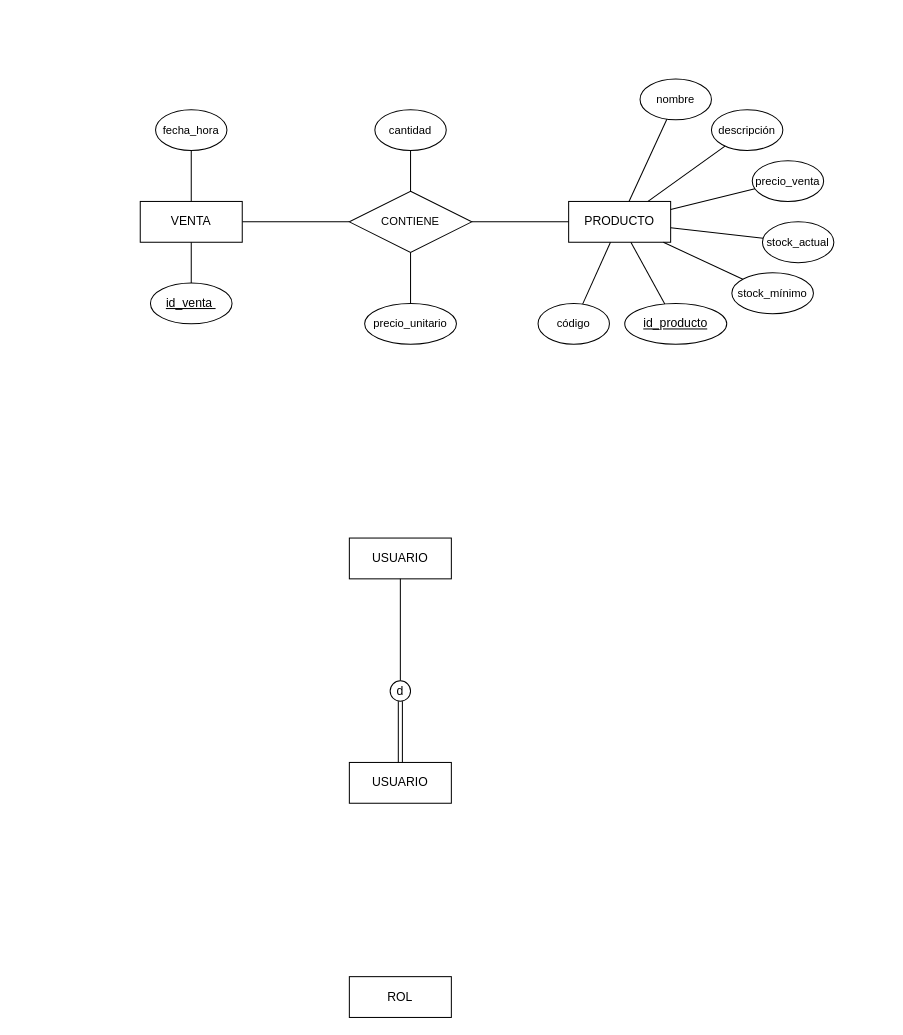
Above: MER.drawio in Gabriel1610/Libreria (draw.io), before the change. Source tidied: cells renumbered, new cells numbered last; positions are measured from the earlier drawing's top-left corner, leaving out a move shared by most shapes. Both pictures are drawn from the tidied source at 102%, with x=0, y=0 at pixel (140, 79).
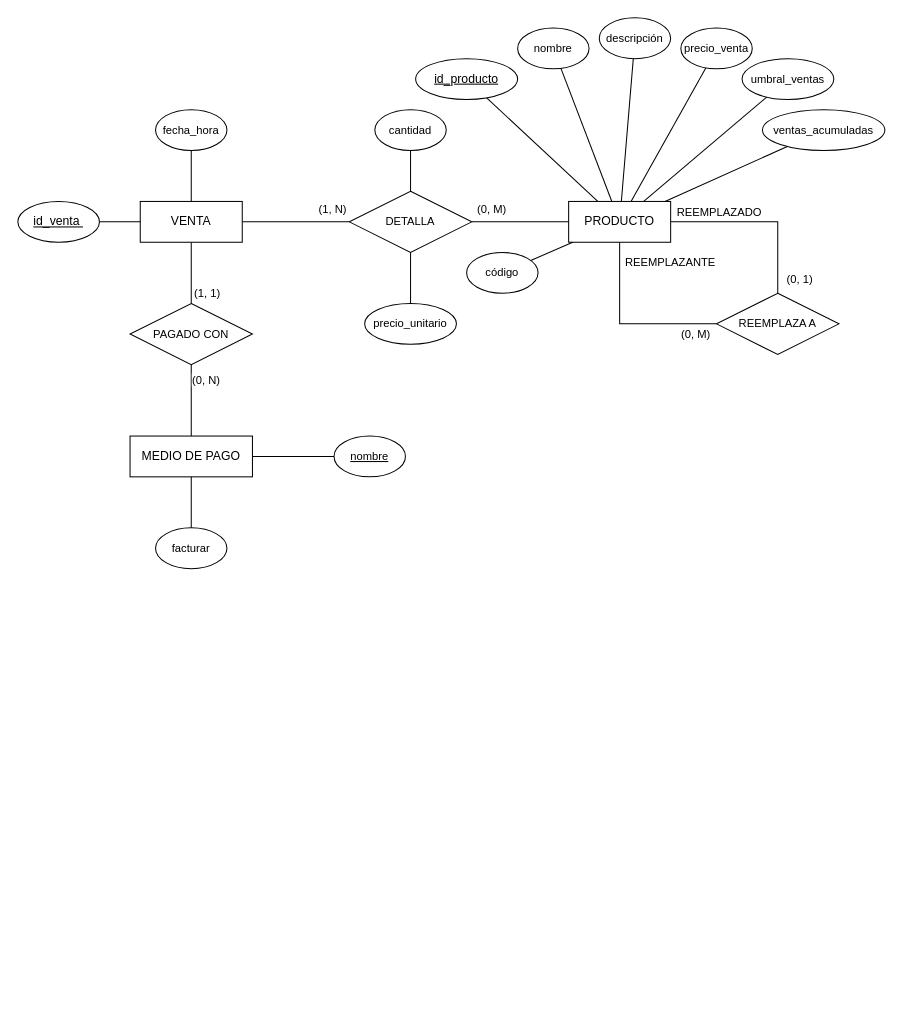
Above is the later version.

Unchanged cells that the change refers to:
```xml
<mxCell id="2" value="PRODUCTO" style="whiteSpace=wrap;html=1;align=center;" parent="1" vertex="1">
  <mxGeometry x="420" y="120" width="100" height="40" as="geometry" />
</mxCell>
<mxCell id="18" value="VENTA" style="whiteSpace=wrap;html=1;align=center;" parent="1" vertex="1">
  <mxGeometry y="120" width="100" height="40" as="geometry" />
</mxCell>
```

Diff of the diagram source:
```diff
@@
+    <mxCell id="35" style="edgeStyle=orthogonalEdgeStyle;rounded=0;jettySize=auto;html=1;endArrow=none;endFill=0;" parent="1" edge="1" source="2" target="49">
+      <mxGeometry relative="1" as="geometry" />
+    </mxCell>
@@
     <mxCell id="4" value="id_producto" style="ellipse;whiteSpace=wrap;html=1;align=center;fontStyle=4;" parent="1" vertex="1">
-      <mxGeometry x="475" y="220" width="100" height="40" as="geometry" />
+      <mxGeometry x="270" y="-20" width="100" height="40" as="geometry" />
     </mxCell>
@@
     <mxCell id="6" value="código" style="ellipse;whiteSpace=wrap;html=1;align=center;fontFamily=Helvetica;fontSize=11;fontColor=default;labelBackgroundColor=default;" parent="1" vertex="1">
-      <mxGeometry x="390" y="220" width="70" height="40" as="geometry" />
+      <mxGeometry x="320" y="170" width="70" height="40" as="geometry" />
     </mxCell>
@@
     <mxCell id="8" value="nombre" style="ellipse;whiteSpace=wrap;html=1;align=center;fontFamily=Helvetica;fontSize=11;fontColor=default;labelBackgroundColor=default;" parent="1" vertex="1">
-      <mxGeometry x="490" width="70" height="40" as="geometry" />
+      <mxGeometry x="370" y="-50" width="70" height="40" as="geometry" />
     </mxCell>
@@
     <mxCell id="10" value="descripción" style="ellipse;whiteSpace=wrap;html=1;align=center;fontFamily=Helvetica;fontSize=11;fontColor=default;labelBackgroundColor=default;" parent="1" vertex="1">
-      <mxGeometry x="560" y="30" width="70" height="40" as="geometry" />
+      <mxGeometry x="450" y="-60" width="70" height="40" as="geometry" />
     </mxCell>
@@
     <mxCell id="12" value="precio_venta" style="ellipse;whiteSpace=wrap;html=1;align=center;fontFamily=Helvetica;fontSize=11;fontColor=default;labelBackgroundColor=default;" parent="1" vertex="1">
-      <mxGeometry x="600" y="80" width="70" height="40" as="geometry" />
+      <mxGeometry x="530" y="-50" width="70" height="40" as="geometry" />
     </mxCell>
@@
-    <mxCell id="14" value="stock_actual" style="ellipse;whiteSpace=wrap;html=1;align=center;fontFamily=Helvetica;fontSize=11;fontColor=default;labelBackgroundColor=default;" parent="1" vertex="1">
-      <mxGeometry x="610" y="140" width="70" height="40" as="geometry" />
+    <mxCell id="14" value="umbral_ventas" style="ellipse;whiteSpace=wrap;html=1;align=center;fontFamily=Helvetica;fontSize=11;fontColor=default;labelBackgroundColor=default;" parent="1" vertex="1">
+      <mxGeometry x="590" y="-20" width="90" height="40" as="geometry" />
     </mxCell>
@@
-    <mxCell id="16" value="stock_mínimo" style="ellipse;whiteSpace=wrap;html=1;align=center;fontFamily=Helvetica;fontSize=11;fontColor=default;labelBackgroundColor=default;" parent="1" vertex="1">
-      <mxGeometry x="580" y="190" width="80" height="40" as="geometry" />
+    <mxCell id="16" value="ventas_acumuladas" style="ellipse;whiteSpace=wrap;html=1;align=center;fontFamily=Helvetica;fontSize=11;fontColor=default;labelBackgroundColor=default;" parent="1" vertex="1">
+      <mxGeometry x="610" y="30" width="120" height="40" as="geometry" />
     </mxCell>
@@
+    <mxCell id="36" style="rounded=0;jettySize=auto;html=1;endArrow=none;endFill=0;" parent="1" edge="1" source="18" target="39">
+      <mxGeometry relative="1" as="geometry" />
+    </mxCell>
@@
     <mxCell id="20" value="&lt;span class=&quot;fontstyle0&quot;&gt;id_venta&amp;nbsp;&lt;/span&gt;" style="ellipse;whiteSpace=wrap;html=1;align=center;fontStyle=4;" parent="1" vertex="1">
-      <mxGeometry x="10" y="200" width="80" height="40" as="geometry" />
+      <mxGeometry x="-120" y="120" width="80" height="40" as="geometry" />
     </mxCell>
@@
-    <mxCell id="23" value="CONTIENE" style="shape=rhombus;perimeter=rhombusPerimeter;whiteSpace=wrap;html=1;align=center;fontFamily=Helvetica;fontSize=11;fontColor=default;labelBackgroundColor=default;" parent="1" vertex="1">
+    <mxCell id="23" value="DETALLA" style="shape=rhombus;perimeter=rhombusPerimeter;whiteSpace=wrap;html=1;align=center;fontFamily=Helvetica;fontSize=11;fontColor=default;labelBackgroundColor=default;" parent="1" vertex="1">
       <mxGeometry x="205" y="110" width="120" height="60" as="geometry" />
     </mxCell>
@@
-    <mxCell id="29" value="ROL" style="whiteSpace=wrap;html=1;align=center;" parent="1" vertex="1">
-      <mxGeometry x="205" y="880" width="100" height="40" as="geometry" />
-    </mxCell>
-    <mxCell id="30" value="USUARIO" style="whiteSpace=wrap;html=1;align=center;" parent="1" vertex="1">
-      <mxGeometry x="205" y="670" width="100" height="40" as="geometry" />
-    </mxCell>
-    <mxCell id="31" value="USUARIO" style="whiteSpace=wrap;html=1;align=center;" parent="1" vertex="1">
-      <mxGeometry x="205" y="450" width="100" height="40" as="geometry" />
-    </mxCell>
-    <mxCell id="32" style="rounded=0;jettySize=auto;html=1;endArrow=none;endFill=0;" parent="1" edge="1" source="34" target="31">
-      <mxGeometry relative="1" as="geometry" />
-    </mxCell>
-    <mxCell id="33" style="edgeStyle=orthogonalEdgeStyle;rounded=0;jettySize=auto;html=1;shape=link;" parent="1" edge="1" source="34" target="30">
-      <mxGeometry relative="1" as="geometry" />
-    </mxCell>
-    <mxCell id="34" value="d" style="ellipse;whiteSpace=wrap;html=1;" parent="1" vertex="1">
-      <mxGeometry x="245" y="590" width="20" height="20" as="geometry" />
-    </mxCell>
+    <mxCell id="37" value="MEDIO DE PAGO" style="whiteSpace=wrap;html=1;align=center;" parent="1" vertex="1">
+      <mxGeometry x="-10" y="350" width="120" height="40" as="geometry" />
+    </mxCell>
+    <mxCell id="38" style="rounded=0;jettySize=auto;html=1;endArrow=none;endFill=0;" parent="1" edge="1" source="39" target="37">
+      <mxGeometry relative="1" as="geometry" />
+    </mxCell>
+    <mxCell id="39" value="PAGADO CON" style="shape=rhombus;perimeter=rhombusPerimeter;whiteSpace=wrap;html=1;align=center;fontFamily=Helvetica;fontSize=11;fontColor=default;labelBackgroundColor=default;" parent="1" vertex="1">
+      <mxGeometry x="-10" y="220" width="120" height="60" as="geometry" />
+    </mxCell>
+    <mxCell id="40" style="edgeStyle=none;shape=connector;rounded=0;jettySize=auto;html=1;strokeColor=default;align=center;verticalAlign=middle;fontFamily=Helvetica;fontSize=11;fontColor=default;labelBackgroundColor=default;endArrow=none;endFill=0;" parent="1" edge="1" source="41" target="37">
+      <mxGeometry relative="1" as="geometry" />
+    </mxCell>
+    <mxCell id="41" value="&lt;u&gt;nombre&lt;/u&gt;" style="ellipse;whiteSpace=wrap;html=1;align=center;fontFamily=Helvetica;fontSize=11;fontColor=default;labelBackgroundColor=default;" parent="1" vertex="1">
+      <mxGeometry x="190" y="350" width="70" height="40" as="geometry" />
+    </mxCell>
+    <mxCell id="42" value="(0, N)" style="text;html=1;whiteSpace=wrap;strokeColor=none;fillColor=none;align=center;verticalAlign=middle;rounded=0;fontFamily=Helvetica;fontSize=11;fontColor=default;labelBackgroundColor=default;" parent="1" vertex="1">
+      <mxGeometry x="40" y="280" width="50" height="30" as="geometry" />
+    </mxCell>
+    <mxCell id="43" value="(1, 1)" style="text;html=1;whiteSpace=wrap;strokeColor=none;fillColor=none;align=center;verticalAlign=middle;rounded=0;fontFamily=Helvetica;fontSize=11;fontColor=default;labelBackgroundColor=default;" parent="1" vertex="1">
+      <mxGeometry x="41" y="195" width="50" height="30" as="geometry" />
+    </mxCell>
+    <mxCell id="44" value="(1, N)" style="text;html=1;whiteSpace=wrap;strokeColor=none;fillColor=none;align=center;verticalAlign=middle;rounded=0;fontFamily=Helvetica;fontSize=11;fontColor=default;labelBackgroundColor=default;" parent="1" vertex="1">
+      <mxGeometry x="164" y="113" width="50" height="30" as="geometry" />
+    </mxCell>
+    <mxCell id="45" value="(0, M)" style="text;html=1;whiteSpace=wrap;strokeColor=none;fillColor=none;align=center;verticalAlign=middle;rounded=0;fontFamily=Helvetica;fontSize=11;fontColor=default;labelBackgroundColor=default;" parent="1" vertex="1">
+      <mxGeometry x="320" y="113" width="50" height="30" as="geometry" />
+    </mxCell>
+    <mxCell id="46" style="edgeStyle=none;shape=connector;rounded=0;jettySize=auto;html=1;strokeColor=default;align=center;verticalAlign=middle;fontFamily=Helvetica;fontSize=11;fontColor=default;labelBackgroundColor=default;endArrow=none;endFill=0;" parent="1" edge="1" source="47" target="37">
+      <mxGeometry relative="1" as="geometry" />
+    </mxCell>
+    <mxCell id="47" value="facturar" style="ellipse;whiteSpace=wrap;html=1;align=center;fontFamily=Helvetica;fontSize=11;fontColor=default;labelBackgroundColor=default;" parent="1" vertex="1">
+      <mxGeometry x="15" y="440" width="70" height="40" as="geometry" />
+    </mxCell>
+    <mxCell id="48" style="edgeStyle=orthogonalEdgeStyle;rounded=0;jettySize=auto;html=1;endArrow=none;endFill=0;" parent="1" edge="1" source="49" target="2">
+      <mxGeometry relative="1" as="geometry" />
+    </mxCell>
+    <mxCell id="49" value="REEMPLAZA A" style="shape=rhombus;perimeter=rhombusPerimeter;whiteSpace=wrap;html=1;align=center;fontFamily=Helvetica;fontSize=11;fontColor=default;labelBackgroundColor=default;" parent="1" vertex="1">
+      <mxGeometry x="565" y="210" width="120" height="60" as="geometry" />
+    </mxCell>
+    <mxCell id="50" value="REEMPLAZADO" style="text;html=1;whiteSpace=wrap;strokeColor=none;fillColor=none;align=center;verticalAlign=middle;rounded=0;fontFamily=Helvetica;fontSize=11;fontColor=default;labelBackgroundColor=default;" parent="1" vertex="1">
+      <mxGeometry x="518" y="116" width="100" height="30" as="geometry" />
+    </mxCell>
+    <mxCell id="51" value="REEMPLAZANTE" style="text;html=1;whiteSpace=wrap;strokeColor=none;fillColor=none;align=center;verticalAlign=middle;rounded=0;fontFamily=Helvetica;fontSize=11;fontColor=default;labelBackgroundColor=default;" parent="1" vertex="1">
+      <mxGeometry x="470" y="165" width="100" height="30" as="geometry" />
+    </mxCell>
+    <mxCell id="52" value="(0, 1)" style="text;html=1;whiteSpace=wrap;strokeColor=none;fillColor=none;align=center;verticalAlign=middle;rounded=0;fontFamily=Helvetica;fontSize=11;fontColor=default;labelBackgroundColor=default;" parent="1" vertex="1">
+      <mxGeometry x="622" y="181" width="50" height="30" as="geometry" />
+    </mxCell>
+    <mxCell id="53" value="(0, M)" style="text;html=1;whiteSpace=wrap;strokeColor=none;fillColor=none;align=center;verticalAlign=middle;rounded=0;fontFamily=Helvetica;fontSize=11;fontColor=default;labelBackgroundColor=default;" parent="1" vertex="1">
+      <mxGeometry x="520" y="235" width="50" height="30" as="geometry" />
+    </mxCell>
```
